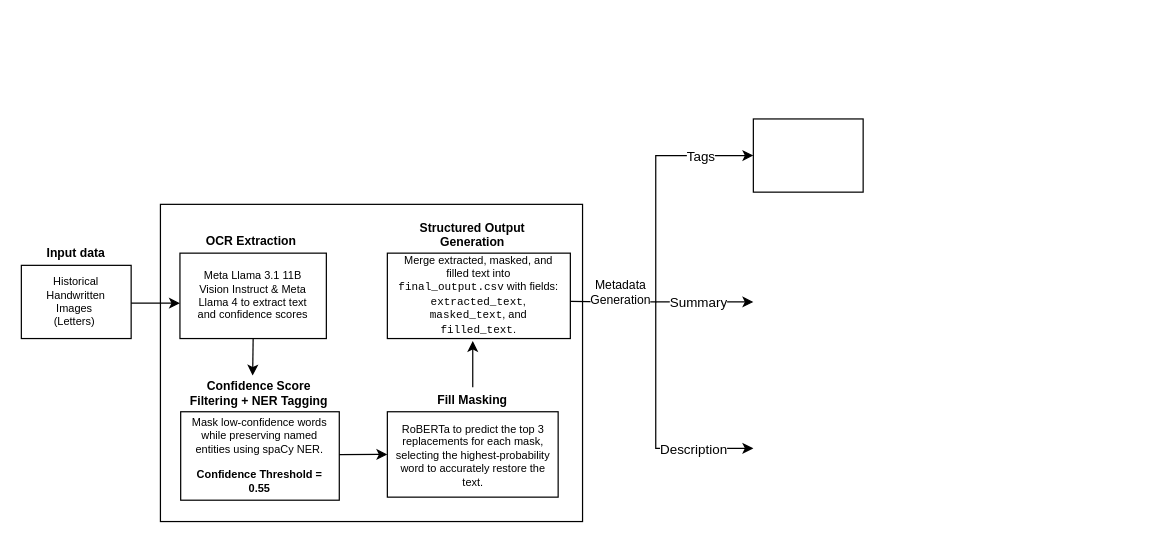
adijad/FineTuning_Llama2 keeps this draw.io diagram as ResearchArchitecture.drawio. Above is the earlier version. Source tidied: cells renumbered, new cells numbered last; positions are measured from the earlier drawing's top-left corner, leaving out a move shared by most shapes. Both pictures are drawn from the tidied source at 122%, with x=0, y=0 at pixel (21, 118).
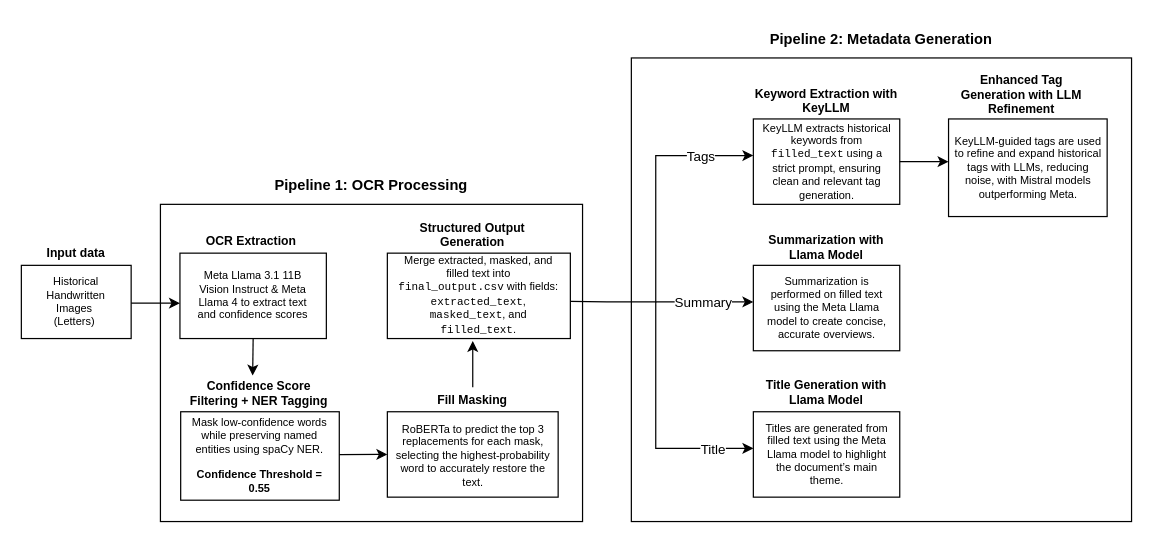
After the change.

The change refers to these unchanged cells:
```xml
<mxCell id="22" style="endArrow=classic;html=1;rounded=0;" parent="1" edge="1">
  <mxGeometry relative="1" as="geometry">
    <mxPoint x="450" y="149.6" as="sourcePoint" />
    <mxPoint x="600" y="30" as="targetPoint" />
    <Array as="points">
      <mxPoint x="480" y="150" />
      <mxPoint x="520" y="150" />
      <mxPoint x="520" y="110" />
      <mxPoint x="520" y="30" />
    </Array>
  </mxGeometry>
</mxCell>
<mxCell id="25" style="endArrow=classic;html=1;rounded=0;" parent="1" edge="1">
  <mxGeometry relative="1" as="geometry">
    <mxPoint x="520" y="150" as="sourcePoint" />
    <mxPoint x="600" y="150" as="targetPoint" />
  </mxGeometry>
</mxCell>
<mxCell id="27" style="endArrow=classic;html=1;rounded=0;" parent="1" edge="1">
  <mxGeometry relative="1" as="geometry">
    <mxPoint x="520" y="150" as="sourcePoint" />
    <mxPoint x="600" y="270" as="targetPoint" />
    <Array as="points">
      <mxPoint x="520" y="270" />
    </Array>
  </mxGeometry>
</mxCell>
```

Diff of the diagram source:
```diff
@@
+    <mxCell id="30" style="rounded=0;whiteSpace=wrap;html=1;" parent="1" vertex="1">
+      <mxGeometry x="500" y="-50" width="410" height="380" as="geometry" />
+    </mxCell>
@@
-    <mxCell id="23" value="Metadata&lt;div&gt;Generation&lt;/div&gt;" style="edgeLabel;html=1;align=center;verticalAlign=middle;fontSize=10;" parent="22" vertex="1">
-      <mxGeometry relative="1" as="geometry">
-        <mxPoint x="-30" y="56" as="offset" />
-      </mxGeometry>
-    </mxCell>
@@
     <mxCell id="26" value="Summary" style="edgeLabel;html=1;align=center;verticalAlign=middle;" parent="25" vertex="1">
       <mxGeometry x="-0.15" y="-2" relative="1" as="geometry">
-        <mxPoint y="-2" as="offset" />
+        <mxPoint x="4" y="-2" as="offset" />
       </mxGeometry>
     </mxCell>
@@
-    <mxCell id="28" value="Description" style="edgeLabel;html=1;align=center;verticalAlign=middle;" parent="27" vertex="1">
+    <mxCell id="28" value="Title" style="edgeLabel;html=1;align=center;verticalAlign=middle;" parent="27" vertex="1">
       <mxGeometry x="0.65" relative="1" as="geometry">
-        <mxPoint x="-15" as="offset" />
+        <mxPoint x="1" as="offset" />
       </mxGeometry>
     </mxCell>
     <mxCell id="29" style="rounded=0;whiteSpace=wrap;html=1;" parent="1" vertex="1">
-      <mxGeometry x="600" width="90" height="60" as="geometry" />
+      <mxGeometry x="600" width="120" height="70" as="geometry" />
     </mxCell>
+    <mxCell id="31" value="Keyword Extraction with KeyLLM" style="text;html=1;align=center;verticalAlign=middle;whiteSpace=wrap;rounded=0;fontStyle=1;fontSize=10;" parent="1" vertex="1">
+      <mxGeometry x="600" y="-30" width="120" height="30" as="geometry" />
+    </mxCell>
+    <mxCell id="32" style="edgeStyle=orthogonalEdgeStyle;rounded=0;jettySize=auto;html=1;exitX=1;exitY=0.5;exitDx=0;exitDy=0;" parent="1" edge="1" source="29">
+      <mxGeometry relative="1" as="geometry">
+        <mxPoint x="760" y="35" as="targetPoint" />
+      </mxGeometry>
+    </mxCell>
+    <mxCell id="33" value="KeyLLM extracts historical keywords from &lt;code&gt;filled_text&lt;/code&gt; using a strict prompt, ensuring clean and relevant tag generation." style="text;html=1;align=center;verticalAlign=middle;whiteSpace=wrap;rounded=0;fontSize=9;" parent="1" vertex="1">
+      <mxGeometry x="603.8" y="20" width="112.5" height="30" as="geometry" />
+    </mxCell>
+    <mxCell id="34" style="rounded=0;whiteSpace=wrap;html=1;" parent="1" vertex="1">
+      <mxGeometry x="760" width="130" height="80" as="geometry" />
+    </mxCell>
+    <mxCell id="35" value="Enhanced Tag Generation with LLM Refinement" style="text;html=1;align=center;verticalAlign=middle;whiteSpace=wrap;rounded=0;fontStyle=1;fontSize=10;" parent="1" vertex="1">
+      <mxGeometry x="760" y="-40" width="120" height="40" as="geometry" />
+    </mxCell>
+    <mxCell id="36" value="KeyLLM-guided tags are used to refine and expand historical tags with LLMs, reducing noise, with Mistral models outperforming Meta." style="text;html=1;align=center;verticalAlign=middle;whiteSpace=wrap;rounded=0;fontSize=9;" parent="1" vertex="1">
+      <mxGeometry x="763.8" y="25" width="122.5" height="30" as="geometry" />
+    </mxCell>
+    <mxCell id="37" style="rounded=0;whiteSpace=wrap;html=1;" parent="1" vertex="1">
+      <mxGeometry x="600" y="120" width="120" height="70" as="geometry" />
+    </mxCell>
+    <mxCell id="38" value="Summarization with Llama Model" style="text;html=1;align=center;verticalAlign=middle;whiteSpace=wrap;rounded=0;fontStyle=1;fontSize=10;" parent="1" vertex="1">
+      <mxGeometry x="600" y="90" width="120" height="30" as="geometry" />
+    </mxCell>
+    <mxCell id="39" value="Summarization is performed on filled text using the Meta Llama model to create concise, accurate overviews." style="text;html=1;align=center;verticalAlign=middle;whiteSpace=wrap;rounded=0;fontSize=9;" parent="1" vertex="1">
+      <mxGeometry x="603.8" y="140" width="112.5" height="30" as="geometry" />
+    </mxCell>
+    <mxCell id="40" style="rounded=0;whiteSpace=wrap;html=1;" parent="1" vertex="1">
+      <mxGeometry x="600" y="240" width="120" height="70" as="geometry" />
+    </mxCell>
+    <mxCell id="41" value="Title Generation with Llama Model" style="text;html=1;align=center;verticalAlign=middle;whiteSpace=wrap;rounded=0;fontStyle=1;fontSize=10;" parent="1" vertex="1">
+      <mxGeometry x="600" y="208.8" width="120" height="30" as="geometry" />
+    </mxCell>
+    <mxCell id="42" value="Titles are generated from filled text using the Meta Llama model to highlight the document’s main theme." style="text;html=1;align=center;verticalAlign=middle;whiteSpace=wrap;rounded=0;fontSize=9;" parent="1" vertex="1">
+      <mxGeometry x="603.8" y="260" width="112.5" height="30" as="geometry" />
+    </mxCell>
+    <mxCell id="43" value="&lt;b&gt;Pipeline 1: OCR Processing&lt;/b&gt;" style="text;html=1;align=center;verticalAlign=middle;whiteSpace=wrap;rounded=0;" parent="1" vertex="1">
+      <mxGeometry x="197" y="40" width="180" height="30" as="geometry" />
+    </mxCell>
+    <mxCell id="44" value="&lt;span style=&quot;text-wrap-mode: nowrap; background-color: rgb(255, 255, 255);&quot;&gt;Pipeline 2: Metadata&amp;nbsp;&lt;/span&gt;&lt;span style=&quot;text-wrap-mode: nowrap; background-color: transparent; color: light-dark(rgb(0, 0, 0), rgb(255, 255, 255));&quot;&gt;Generation&lt;/span&gt;" style="text;html=1;align=center;verticalAlign=middle;whiteSpace=wrap;rounded=0;fontStyle=1;fontSize=12;" parent="1" vertex="1">
+      <mxGeometry x="585" y="-80" width="240" height="30" as="geometry" />
+    </mxCell>
```
